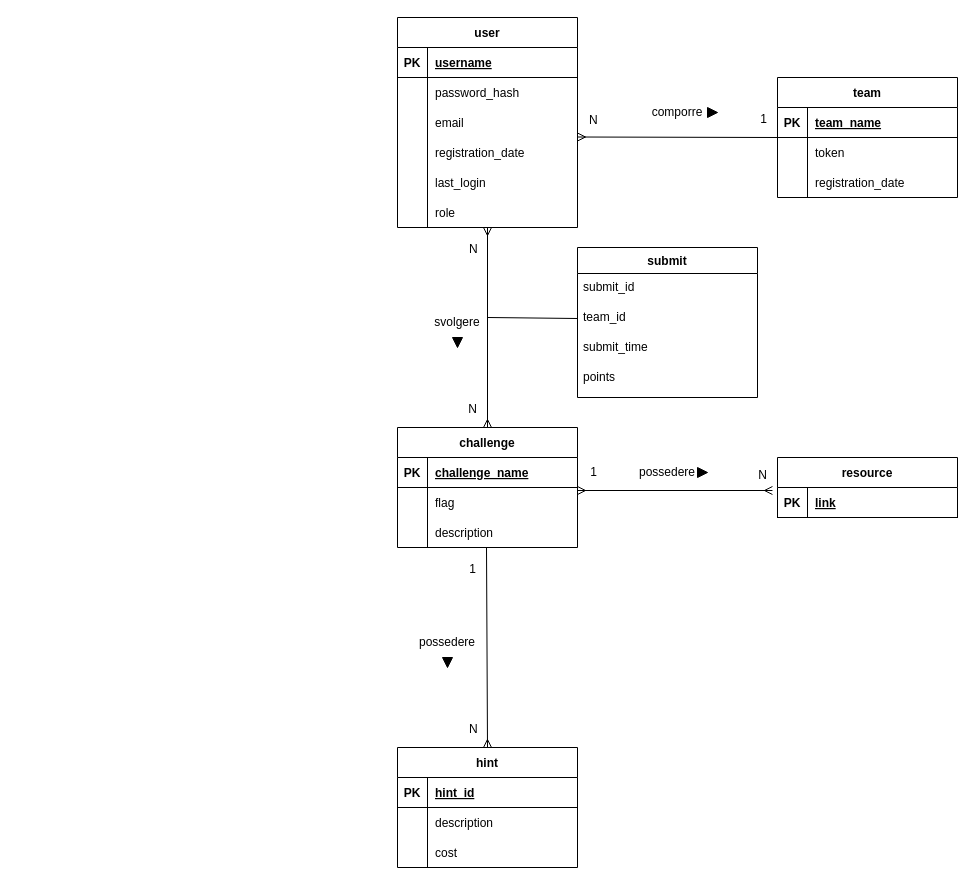
Before: db/ER_diagram.drawio in FeeeDz/H4ckUs4t1_CTF, a draw.io diagram. Source tidied: cells renumbered, new cells numbered last; positions are measured from the earlier drawing's top-left corner, leaving out a move shared by most shapes. Both pictures are drawn from the tidied source at 100%, with x=0, y=0 at pixel (397, 17).
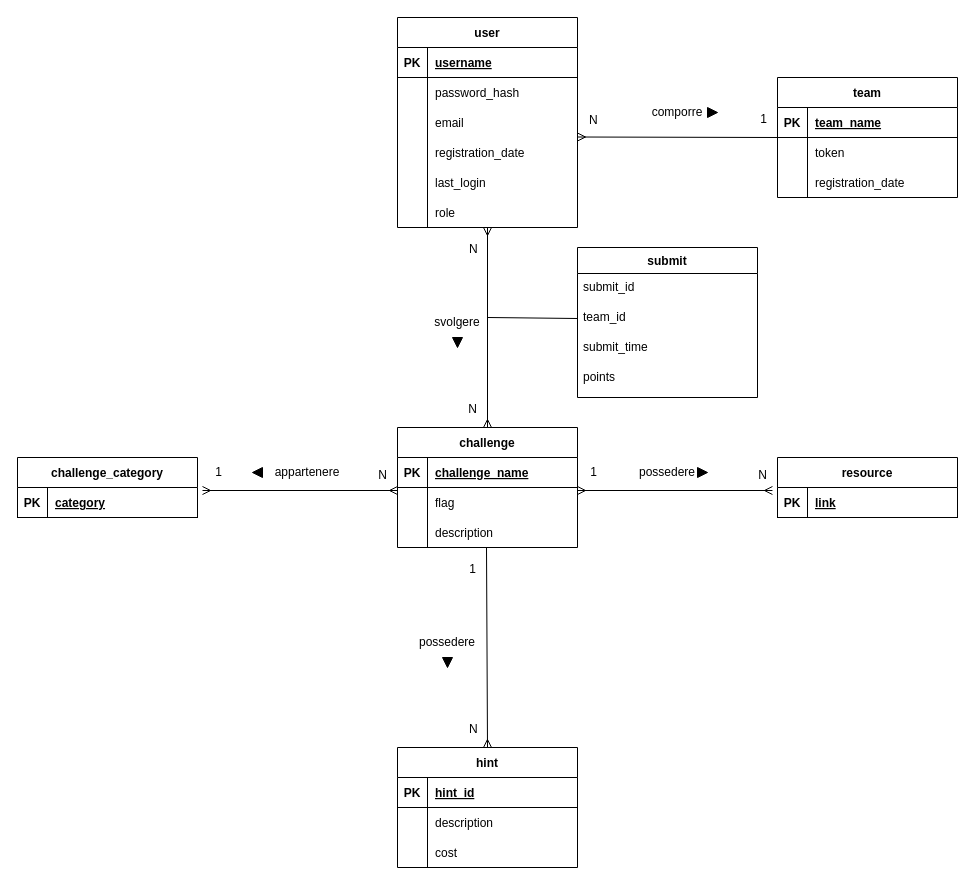
After the change.

Commit message (it also covers changes not shown here):
aggiunta categorie per le challenge e creazione pannello admin

What changed in the source:
```diff
@@
+    <mxCell id="86" value="challenge_category" style="shape=table;startSize=30;childLayout=tableLayout;rowLines=0;fontStyle=1;align=center;" parent="1" vertex="1">
+      <mxGeometry x="-380" y="440" width="180" height="60" as="geometry" />
+    </mxCell>
+    <mxCell id="87" style="shape=partialRectangle;fillColor=none;top=0;left=0;right=0;bottom=1;" parent="86" vertex="1">
+      <mxGeometry y="30" width="180" height="30" as="geometry" />
+    </mxCell>
+    <mxCell id="88" value="PK" style="shape=partialRectangle;overflow=hidden;fillColor=none;top=0;left=0;bottom=0;right=0;fontStyle=1;" parent="87" vertex="1">
+      <mxGeometry width="30" height="30" as="geometry" />
+    </mxCell>
+    <mxCell id="89" value="category" style="shape=partialRectangle;overflow=hidden;fillColor=none;top=0;left=0;bottom=0;right=0;align=left;spacingLeft=6;fontStyle=5;" parent="87" vertex="1">
+      <mxGeometry x="30" width="150" height="30" as="geometry" />
+    </mxCell>
+    <mxCell id="90" style="endArrow=ERmany;html=1;rounded=0;startArrow=ERmany;startFill=0;entryX=1;entryY=0.1;entryDx=0;entryDy=0;endFill=0;exitX=-0.028;exitY=0.1;exitDx=0;exitDy=0;exitPerimeter=0;entryPerimeter=0;" parent="1" edge="1">
+      <mxGeometry relative="1" as="geometry">
+        <mxPoint y="473" as="sourcePoint" />
+        <mxPoint x="-195" y="473" as="targetPoint" />
+      </mxGeometry>
+    </mxCell>
+    <mxCell id="91" value="&lt;div&gt;1&lt;/div&gt;" style="html=1;align=right;verticalAlign=bottom;" parent="90" vertex="1">
+      <mxGeometry x="1" relative="1" as="geometry">
+        <mxPoint x="20" y="-10" as="offset" />
+      </mxGeometry>
+    </mxCell>
+    <mxCell id="92" value="appartenere" style="text;html=1;strokeColor=none;fillColor=none;align=center;verticalAlign=middle;whiteSpace=wrap;rounded=0;fontSize=12;" parent="1" vertex="1">
+      <mxGeometry x="-120" y="440" width="60" height="30" as="geometry" />
+    </mxCell>
+    <mxCell id="93" style="triangle;whiteSpace=wrap;html=1;fontSize=12;strokeColor=default;fillColor=#000000;rotation=-180;" parent="1" vertex="1">
+      <mxGeometry x="-145" y="450" width="10" height="10" as="geometry" />
+    </mxCell>
+    <mxCell id="94" value="&lt;div&gt;N&lt;/div&gt;" style="html=1;align=right;verticalAlign=bottom;" parent="1" vertex="1">
+      <mxGeometry x="-40" y="440" as="geometry">
+        <mxPoint x="30" y="26" as="offset" />
+      </mxGeometry>
+    </mxCell>
```
